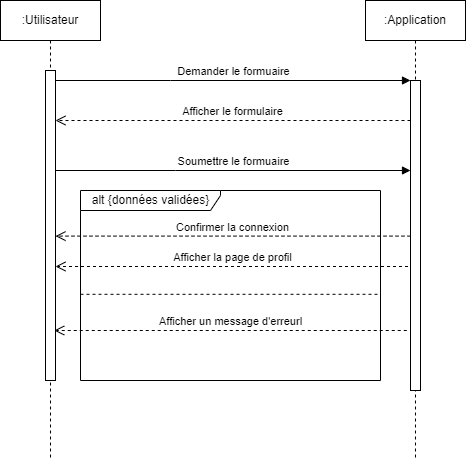
CelineFoucart/BlogPHP keeps this draw.io diagram as diagrams/Sequence_authentifier.drawio.png. Above is the earlier version. Source tidied: cells renumbered, new cells last; positions are measured from the earlier drawing's top-left corner, leaving out a move shared by most shapes.
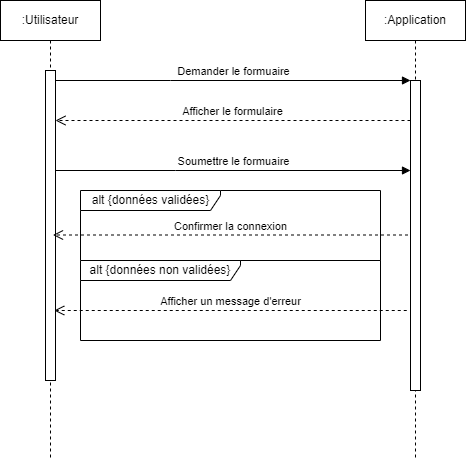
The same file after the commit.

Change to the diagram source:
```diff
@@ -37,39 +37,30 @@
       </mxGeometry>
     </mxCell>
     <mxCell id="9" value="alt {données validées}" style="shape=umlFrame;tabWidth=110;tabHeight=30;tabPosition=left;html=1;boundedLbl=1;labelInHeader=1;width=140;height=20;" parent="1" vertex="1">
-      <mxGeometry x="80" y="190" width="300" height="190" as="geometry" />
+      <mxGeometry x="80" y="190" width="300" height="70" as="geometry" />
     </mxCell>
-    <mxCell id="10" style="line;strokeWidth=1;dashed=1;labelPosition=center;verticalLabelPosition=bottom;align=left;verticalAlign=top;spacingLeft=20;spacingTop=15;" parent="9" vertex="1">
-      <mxGeometry y="100" width="300" height="7.6" as="geometry" />
-    </mxCell>
     <mxCell id="11" value="Confirmer la connexion" style="html=1;verticalAlign=bottom;endArrow=open;dashed=1;endSize=8;edgeStyle=elbowEdgeStyle;elbow=vertical;curved=0;rounded=0;" parent="9" edge="1">
       <mxGeometry relative="1" as="geometry">
-        <mxPoint x="330" y="45.6" as="sourcePoint" />
-        <mxPoint x="-25" y="45.6" as="targetPoint" />
+        <mxPoint x="327.5" y="44.5" as="sourcePoint" />
+        <mxPoint x="-27.5" y="44.5" as="targetPoint" />
         <Array as="points">
-          <mxPoint x="50" y="45.6" />
-          <mxPoint x="100" y="136.8" />
+          <mxPoint x="47.5" y="44.5" />
+          <mxPoint x="97.5" y="78.1" />
         </Array>
       </mxGeometry>
     </mxCell>
-    <mxCell id="12" value="Afficher la page de profil" style="html=1;verticalAlign=bottom;endArrow=open;dashed=1;endSize=8;edgeStyle=elbowEdgeStyle;elbow=vertical;curved=0;rounded=0;" parent="9" edge="1" target="3">
-      <mxGeometry relative="1" as="geometry">
-        <mxPoint x="327.5" y="76" as="sourcePoint" />
-        <Array as="points">
-          <mxPoint x="47.5" y="76" />
-          <mxPoint x="97.5" y="167.2" />
-        </Array>
-      </mxGeometry>
-    </mxCell>
-    <mxCell id="13" value="Afficher un message d'erreurl" style="html=1;verticalAlign=bottom;endArrow=open;dashed=1;endSize=8;edgeStyle=elbowEdgeStyle;elbow=vertical;curved=0;rounded=0;" parent="9" edge="1">
-      <mxGeometry relative="1" as="geometry">
-        <mxPoint x="326.2" y="140" as="sourcePoint" />
-        <mxPoint x="-26.2" y="140" as="targetPoint" />
-        <Array as="points">
-          <mxPoint x="46.2" y="140" />
-          <mxPoint x="96.2" y="231.2" />
-        </Array>
-      </mxGeometry>
-    </mxCell>
+    <mxCell id="14" value="alt {données non validées}" style="shape=umlFrame;whiteSpace=wrap;html=1;width=160;height=20;" parent="1" vertex="1">
+      <mxGeometry x="80" y="260" width="300" height="80" as="geometry" />
+    </mxCell>
+    <mxCell id="15" value="Afficher un message d'erreur" style="html=1;verticalAlign=bottom;endArrow=open;dashed=1;endSize=8;edgeStyle=elbowEdgeStyle;elbow=vertical;curved=0;rounded=0;" parent="14" edge="1">
+      <mxGeometry relative="1" as="geometry">
+        <mxPoint x="326.2" y="50" as="sourcePoint" />
+        <mxPoint x="-26.2" y="50" as="targetPoint" />
+        <Array as="points">
+          <mxPoint x="46.2" y="50" />
+          <mxPoint x="96.2" y="141.2" />
+        </Array>
+      </mxGeometry>
+    </mxCell>
   </root>
 </mxGraphModel>
```
